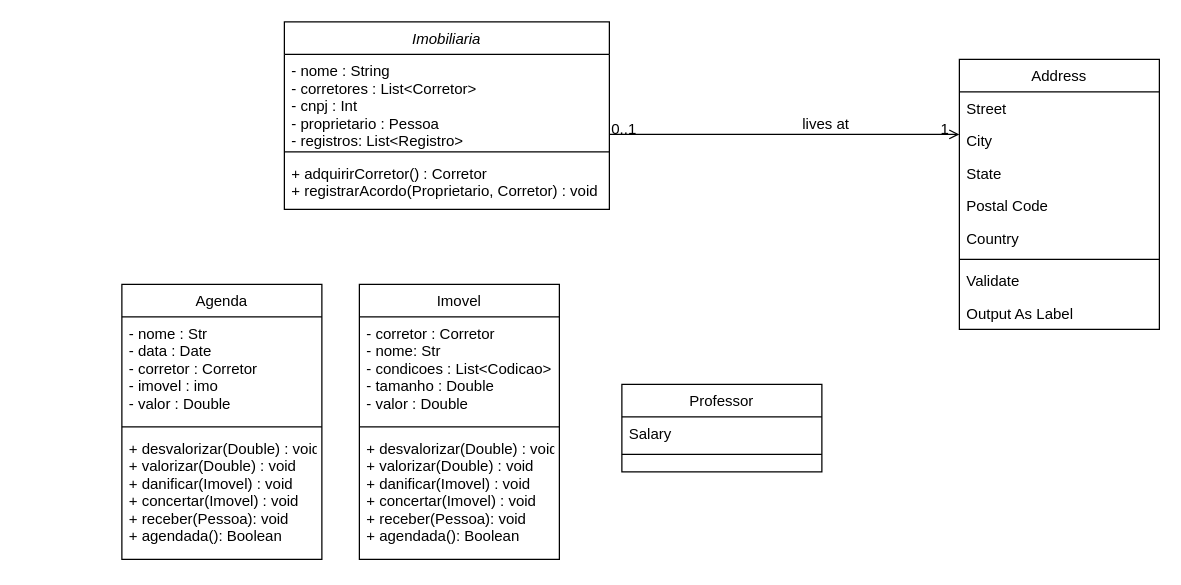
Above: Diagrama sem nome.drawio in Sant-Thiago/Estudos (draw.io), before the change. Source tidied: cells renumbered, new cells numbered last; positions are measured from the earlier drawing's top-left corner, leaving out a move shared by most shapes. Both pictures are drawn from the tidied source at 125%, with x=0, y=0 at pixel (121, 21).
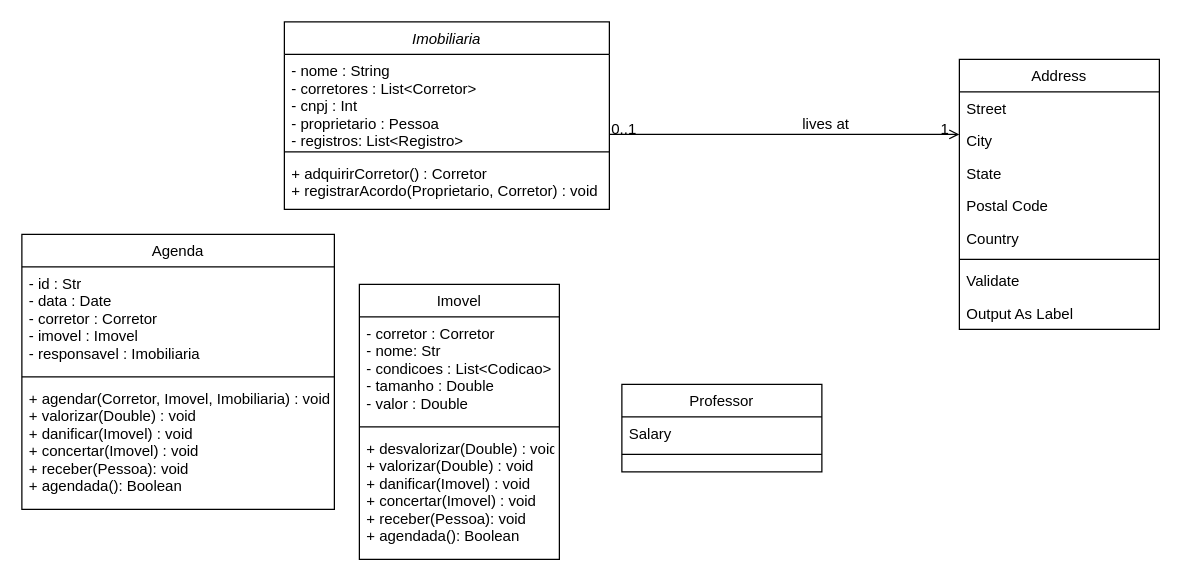
After the change.

Diff of the diagram source:
```diff
@@
     <mxCell id="26" value="Agenda" style="swimlane;fontStyle=0;align=center;verticalAlign=top;horizontal=1;startSize=26;rounded=0;shadow=0;strokeWidth=1;" parent="1" vertex="1">
-      <mxGeometry y="210" width="160" height="220" as="geometry" />
+      <mxGeometry x="-80" y="170" width="250" height="220" as="geometry" />
     </mxCell>
-    <mxCell id="27" value="- nome : Str&#10;- data : Date&#10;- corretor : Corretor&#10;- imovel : imo&#10;- valor : Double" style="text;align=left;verticalAlign=top;spacingLeft=4;spacingRight=4;overflow=hidden;" parent="26" vertex="1">
-      <mxGeometry y="26" width="160" height="84" as="geometry" />
+    <mxCell id="27" value="- id : Str&#10;- data : Date&#10;- corretor : Corretor&#10;- imovel : Imovel&#10;- responsavel : Imobiliaria" style="text;align=left;verticalAlign=top;spacingLeft=4;spacingRight=4;overflow=hidden;" parent="26" vertex="1">
+      <mxGeometry y="26" width="250" height="84" as="geometry" />
     </mxCell>
     <mxCell id="28" style="line;html=1;strokeWidth=1;align=left;verticalAlign=middle;spacingTop=-1;spacingLeft=3;spacingRight=3;labelPosition=right;" parent="26" vertex="1">
-      <mxGeometry y="110" width="160" height="8" as="geometry" />
+      <mxGeometry y="110" width="250" height="8" as="geometry" />
     </mxCell>
-    <mxCell id="29" value="+ desvalorizar(Double) : void&#10;+ valorizar(Double) : void&#10;+ danificar(Imovel) : void&#10;+ concertar(Imovel) : void&#10;+ receber(Pessoa): void&#10;+ agendada(): Boolean" style="text;align=left;verticalAlign=top;spacingLeft=4;spacingRight=4;overflow=hidden;" parent="26" vertex="1">
-      <mxGeometry y="118" width="160" height="102" as="geometry" />
+    <mxCell id="29" value="+ agendar(Corretor, Imovel, Imobiliaria) : void&#10;+ valorizar(Double) : void&#10;+ danificar(Imovel) : void&#10;+ concertar(Imovel) : void&#10;+ receber(Pessoa): void&#10;+ agendada(): Boolean" style="text;align=left;verticalAlign=top;spacingLeft=4;spacingRight=4;overflow=hidden;" parent="26" vertex="1">
+      <mxGeometry y="118" width="250" height="102" as="geometry" />
     </mxCell>
```
